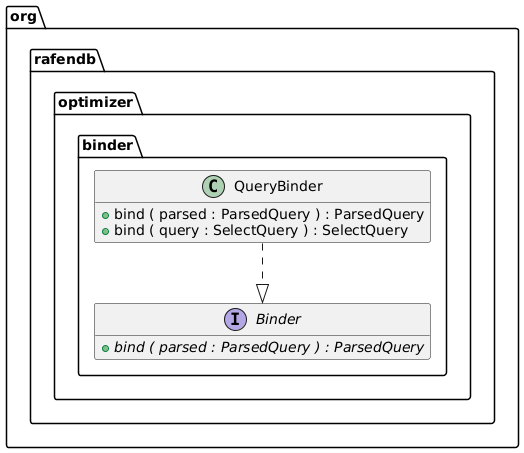
This is docs/generated/optimizer/optimizer-binder.png from m-akma1/rafendb, a PlantUML export, as it was before one commit. Its source is kept beside it as docs/generated/optimizer/optimizer-binder.puml.
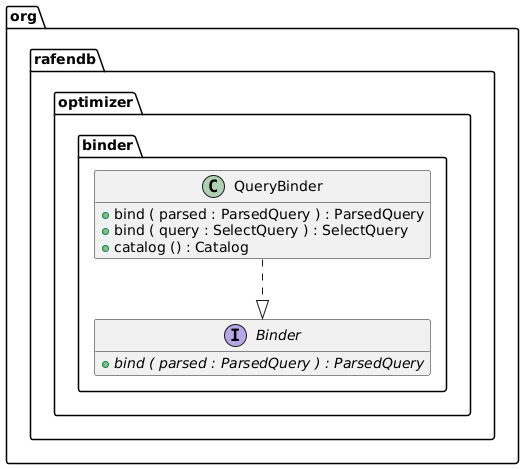
The same diagram one commit later.

Change to the diagram source:
```diff
@@ -13,6 +13,7 @@
 class org.rafendb.optimizer.binder.QueryBinder {
 	{method} +bind ( parsed : ParsedQuery ) : ParsedQuery
 	{method} +bind ( query : SelectQuery ) : SelectQuery
+	{method} +catalog () : Catalog
 }
 
 
```
